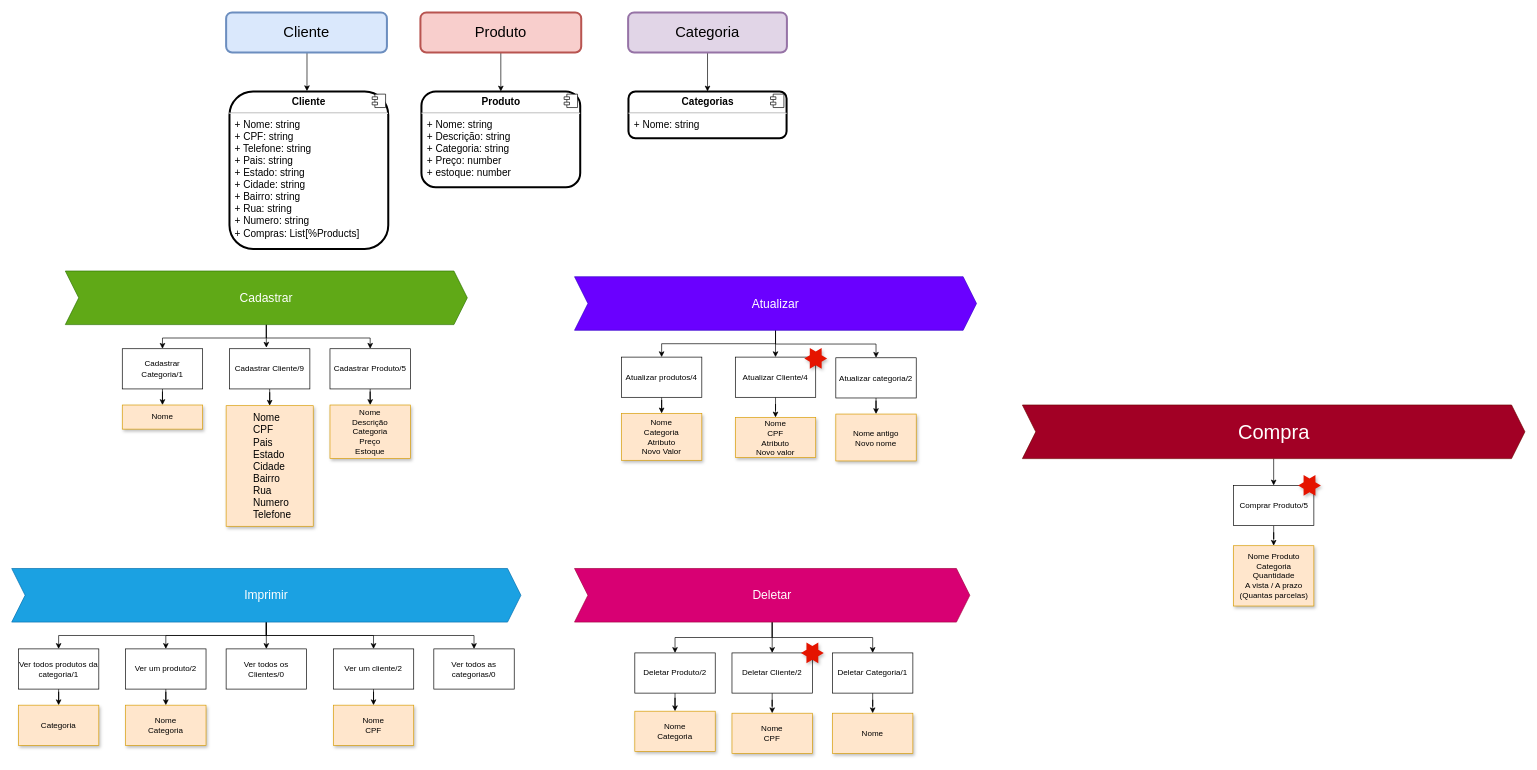
Earlier version of the draw.io diagram UML/project.drawio (marlon-Symczecym/mini-ecommerce). Source tidied: cells renumbered, new cells numbered last; positions are measured from the earlier drawing's top-left corner, leaving out a move shared by most shapes. Both pictures are drawn from the tidied source at 67%, with x=0, y=0 at pixel (11, 12).
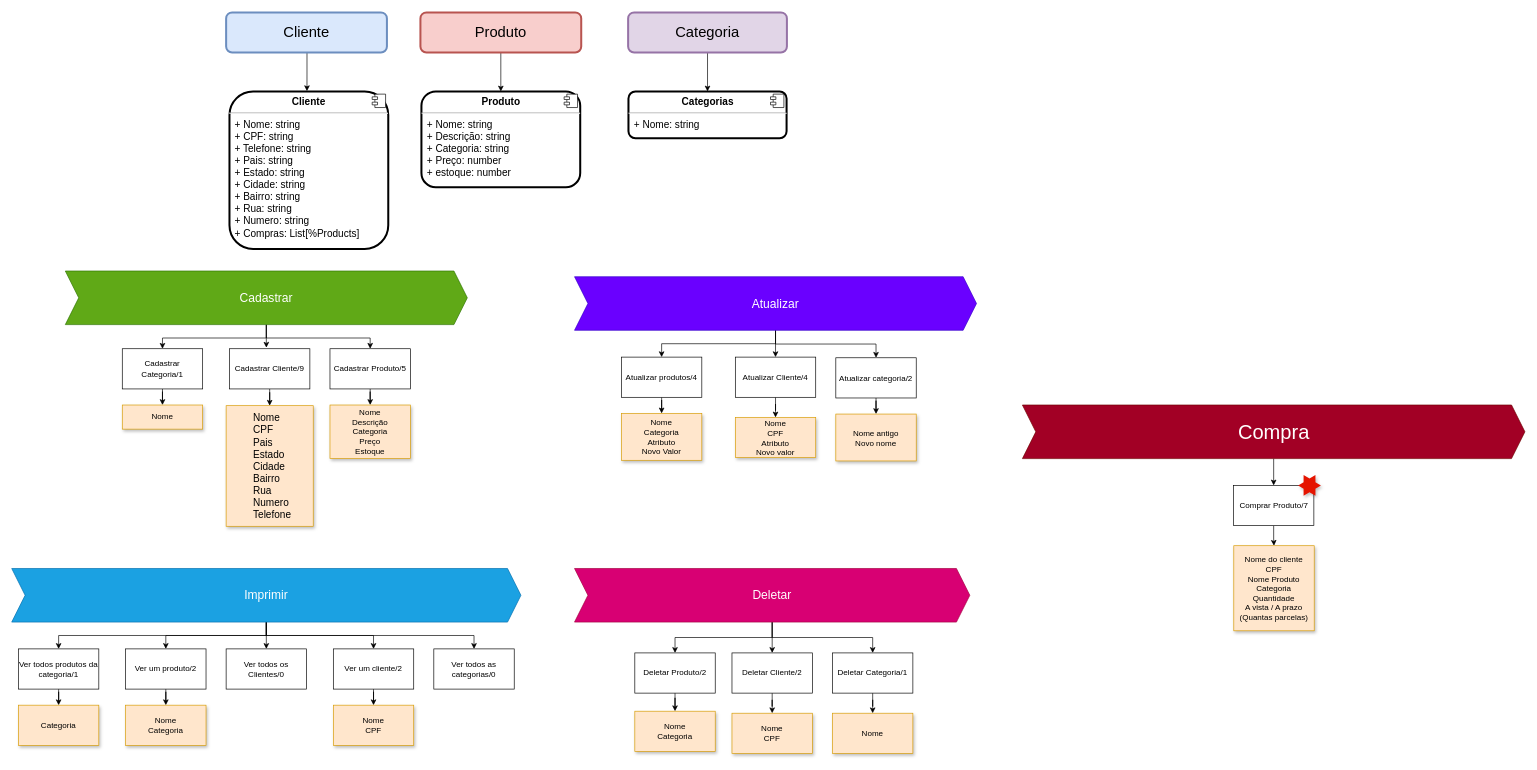
The same page after the edit.

What changed in the source:
```diff
@@
-    <mxCell id="73" value="Comprar Produto/5" style="rounded=0;whiteSpace=wrap;html=1;" parent="1" vertex="1">
+    <mxCell id="73" value="Comprar Produto/7" style="rounded=0;whiteSpace=wrap;html=1;" parent="1" vertex="1">
       <mxGeometry x="1823.5" y="706" width="120" height="60" as="geometry" />
     </mxCell>
-    <mxCell id="74" value="Nome Produto&lt;br&gt;Categoria&lt;br&gt;Quantidade&lt;br&gt;A vista / A prazo&lt;br&gt;(Quantas parcelas)" style="rounded=0;whiteSpace=wrap;html=1;fillColor=#ffe6cc;strokeColor=#d79b00;gradientColor=none;glass=0;shadow=1;" parent="1" vertex="1">
-      <mxGeometry x="1823.5" y="796" width="120" height="90" as="geometry" />
+    <mxCell id="74" value="Nome do cliente&lt;br&gt;CPF&lt;br&gt;Nome Produto&lt;br&gt;Categoria&lt;br&gt;Quantidade&lt;br&gt;A vista / A prazo&lt;br&gt;(Quantas parcelas)" style="rounded=0;whiteSpace=wrap;html=1;fillColor=#ffe6cc;strokeColor=#d79b00;gradientColor=none;glass=0;shadow=1;" parent="1" vertex="1">
+      <mxGeometry x="1824" y="796" width="120" height="127" as="geometry" />
     </mxCell>
-    <mxCell id="75" style="verticalLabelPosition=bottom;verticalAlign=top;html=1;shape=mxgraph.basic.6_point_star;fillColor=#e51400;strokeColor=none;fontColor=#ffffff;gradientColor=none;shadow=1;" parent="1" vertex="1">
-      <mxGeometry x="1183" y="501" width="34" height="31" as="geometry" />
-    </mxCell>
@@
-    <mxCell id="77" style="verticalLabelPosition=bottom;verticalAlign=top;html=1;shape=mxgraph.basic.6_point_star;fillColor=#e51400;strokeColor=none;fontColor=#ffffff;gradientColor=none;shadow=1;" parent="1" vertex="1">
-      <mxGeometry x="1178" y="940.5" width="34" height="31" as="geometry" />
-    </mxCell>
```
